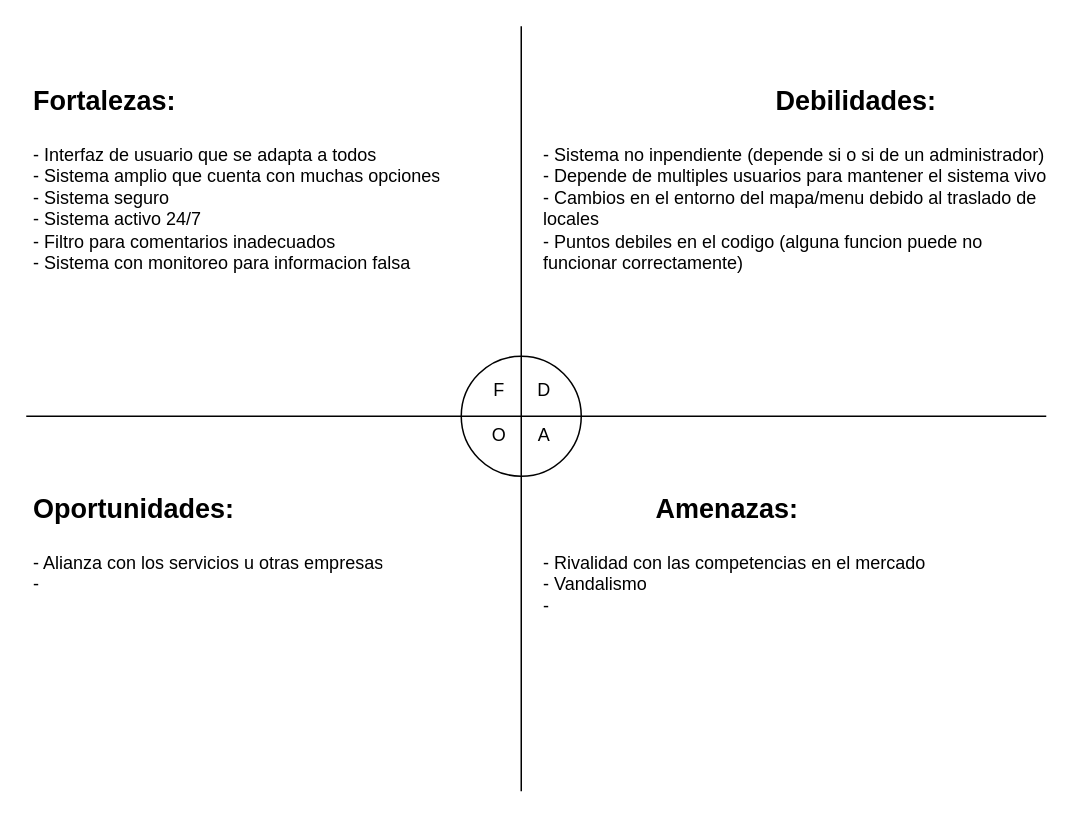
Practicas-Profesionalizantes/2026-6-2-Grupo_6--MaplySevices-- keeps this draw.io diagram as Diagrama FODA.drawio. Above is the earlier version. Source tidied: cells renumbered, new cells numbered last; positions are measured from the earlier drawing's top-left corner, leaving out a move shared by most shapes. Both pictures are drawn from the tidied source at 150%, with x=0, y=0 at pixel (26, 26).
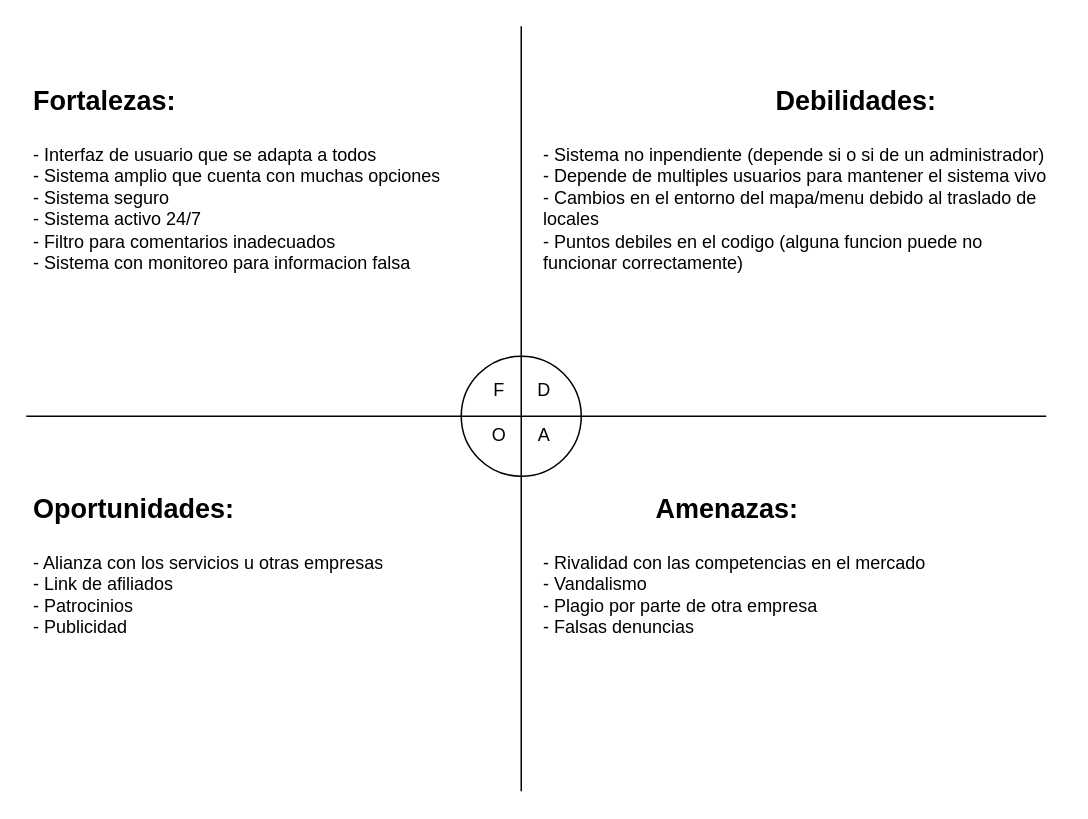
The same diagram, later.

Commit message:
Adjunto diagrama FODA

Cuarta version

Change to the diagram source:
```diff
@@
 <mxGraphModel>
   <root>
     <mxCell id="0" />
     <mxCell id="1" parent="0" />
     <mxCell id="2" style="ellipse;whiteSpace=wrap;html=1;" parent="1" vertex="1">
       <mxGeometry x="290" y="220" width="80" height="80" as="geometry" />
     </mxCell>
     <mxCell id="3" style="endArrow=none;html=1;rounded=0;" parent="1" edge="1">
       <mxGeometry relative="1" as="geometry">
         <mxPoint y="260" as="sourcePoint" />
         <mxPoint x="680" y="260" as="targetPoint" />
       </mxGeometry>
     </mxCell>
     <mxCell id="4" style="endArrow=none;html=1;rounded=0;" parent="1" edge="1">
       <mxGeometry relative="1" as="geometry">
         <mxPoint x="330" y="510" as="sourcePoint" />
         <mxPoint x="330" as="targetPoint" />
       </mxGeometry>
     </mxCell>
     <mxCell id="5" value="F" style="text;html=1;align=center;verticalAlign=middle;strokeColor=none;fillColor=none;" parent="1" vertex="1">
       <mxGeometry x="300" y="228" width="30" height="30" as="geometry" />
     </mxCell>
     <mxCell id="6" value="D" style="text;html=1;align=center;verticalAlign=middle;strokeColor=none;fillColor=none;" parent="1" vertex="1">
       <mxGeometry x="330" y="228" width="30" height="30" as="geometry" />
     </mxCell>
     <mxCell id="7" value="O" style="text;html=1;align=center;verticalAlign=middle;strokeColor=none;fillColor=none;" parent="1" vertex="1">
       <mxGeometry x="300" y="258" width="30" height="30" as="geometry" />
     </mxCell>
     <mxCell id="8" value="A" style="text;html=1;align=center;verticalAlign=middle;strokeColor=none;fillColor=none;" parent="1" vertex="1">
       <mxGeometry x="330" y="258" width="30" height="30" as="geometry" />
     </mxCell>
     <mxCell id="9" value="&lt;span style=&quot;font-size: 8px;&quot;&gt;&lt;br&gt;&lt;/span&gt;" style="text;html=1;align=center;verticalAlign=middle;strokeColor=none;fillColor=none;" parent="1" vertex="1">
       <mxGeometry x="150" y="148" width="20" height="30" as="geometry" />
     </mxCell>
     <mxCell id="10" value="&lt;h1&gt;&lt;font style=&quot;font-size: 18px;&quot;&gt;Fortalezas:&lt;/font&gt;&lt;/h1&gt;&lt;div&gt;- Interfaz de usuario que se adapta a todos&lt;/div&gt;&lt;div&gt;- Sistema amplio que cuenta con muchas opciones&lt;/div&gt;&lt;div&gt;- Sistema seguro&lt;/div&gt;&lt;div&gt;- Sistema activo 24/7&lt;/div&gt;&lt;div&gt;- Filtro para comentarios inadecuados&lt;/div&gt;&lt;div&gt;- Sistema con monitoreo para informacion falsa&lt;/div&gt;&lt;div&gt;&lt;br&gt;&lt;/div&gt;" style="text;html=1;strokeColor=none;fillColor=none;spacing=5;spacingTop=-20;whiteSpace=wrap;overflow=hidden;rounded=0;" parent="1" vertex="1">
       <mxGeometry y="28" width="320" height="192" as="geometry" />
     </mxCell>
     <mxCell id="11" value="&lt;h1&gt;&lt;span style=&quot;font-size: 18px;&quot;&gt;&amp;nbsp; &amp;nbsp; &amp;nbsp; &amp;nbsp; &amp;nbsp; &amp;nbsp; &amp;nbsp; &amp;nbsp; &amp;nbsp; &amp;nbsp; &amp;nbsp; &amp;nbsp; &amp;nbsp; &amp;nbsp; &amp;nbsp; &amp;nbsp;Debilidades:&lt;/span&gt;&lt;/h1&gt;&lt;div&gt;- Sistema no inpendiente (depende si o si de un administrador)&lt;/div&gt;&lt;div&gt;- Depende de multiples usuarios para mantener el sistema vivo&lt;/div&gt;&lt;div&gt;- Cambios en el entorno del mapa/menu debido al traslado de locales&lt;/div&gt;&lt;div&gt;- Puntos debiles en el codigo (alguna funcion puede no funcionar correctamente)&lt;/div&gt;&lt;div&gt;&lt;br&gt;&lt;/div&gt;" style="text;html=1;strokeColor=none;fillColor=none;spacing=5;spacingTop=-20;whiteSpace=wrap;overflow=hidden;rounded=0;" parent="1" vertex="1">
       <mxGeometry x="340" y="28" width="350" height="192" as="geometry" />
     </mxCell>
-    <mxCell id="12" value="&lt;h1&gt;&lt;span style=&quot;font-size: 18px;&quot;&gt;&amp;nbsp; &amp;nbsp; &amp;nbsp; &amp;nbsp; &amp;nbsp; &amp;nbsp; &amp;nbsp; &amp;nbsp;Amenazas:&lt;/span&gt;&lt;/h1&gt;&lt;div&gt;- Rivalidad con las competencias en el mercado&lt;/div&gt;&lt;div&gt;&lt;span style=&quot;background-color: initial;&quot;&gt;- Vandalismo&lt;/span&gt;&lt;/div&gt;&lt;div&gt;&lt;span style=&quot;background-color: initial;&quot;&gt;-&amp;nbsp;&lt;/span&gt;&lt;/div&gt;&lt;div&gt;&lt;span style=&quot;font-size: 18px;&quot;&gt;&lt;br&gt;&lt;/span&gt;&lt;/div&gt;" style="text;html=1;strokeColor=none;fillColor=none;spacing=5;spacingTop=-20;whiteSpace=wrap;overflow=hidden;rounded=0;" parent="1" vertex="1">
+    <mxCell id="12" value="&lt;h1&gt;&lt;span style=&quot;font-size: 18px;&quot;&gt;&amp;nbsp; &amp;nbsp; &amp;nbsp; &amp;nbsp; &amp;nbsp; &amp;nbsp; &amp;nbsp; &amp;nbsp;Amenazas:&lt;/span&gt;&lt;/h1&gt;&lt;div&gt;- Rivalidad con las competencias en el mercado&lt;/div&gt;&lt;div&gt;&lt;span style=&quot;background-color: initial;&quot;&gt;- Vandalismo&lt;/span&gt;&lt;/div&gt;&lt;div&gt;&lt;span style=&quot;background-color: initial;&quot;&gt;- Plagio por parte de otra empresa&lt;/span&gt;&lt;/div&gt;&lt;div&gt;&lt;span style=&quot;background-color: initial;&quot;&gt;- Falsas denuncias&lt;/span&gt;&lt;/div&gt;&lt;div&gt;&lt;span style=&quot;font-size: 18px;&quot;&gt;&lt;br&gt;&lt;/span&gt;&lt;/div&gt;" style="text;html=1;strokeColor=none;fillColor=none;spacing=5;spacingTop=-20;whiteSpace=wrap;overflow=hidden;rounded=0;" parent="1" vertex="1">
       <mxGeometry x="340" y="300" width="350" height="192" as="geometry" />
     </mxCell>
-    <mxCell id="13" value="&lt;h1&gt;&lt;font style=&quot;font-size: 18px;&quot;&gt;Oportunidades:&lt;/font&gt;&lt;/h1&gt;&lt;div&gt;&lt;span style=&quot;background-color: initial;&quot;&gt;- Alianza con los servicios u otras empresas&lt;/span&gt;&lt;/div&gt;&lt;div&gt;&lt;span style=&quot;background-color: initial;&quot;&gt;-&amp;nbsp;&lt;/span&gt;&lt;/div&gt;&lt;div&gt;&lt;br&gt;&lt;/div&gt;" style="text;html=1;strokeColor=none;fillColor=none;spacing=5;spacingTop=-20;whiteSpace=wrap;overflow=hidden;rounded=0;" parent="1" vertex="1">
+    <mxCell id="13" value="&lt;h1&gt;&lt;font style=&quot;font-size: 18px;&quot;&gt;Oportunidades:&lt;/font&gt;&lt;/h1&gt;&lt;div&gt;&lt;span style=&quot;background-color: initial;&quot;&gt;- Alianza con los servicios u otras empresas&lt;/span&gt;&lt;/div&gt;&lt;div&gt;&lt;span style=&quot;background-color: initial;&quot;&gt;- Link de afiliados&amp;nbsp;&lt;/span&gt;&lt;/div&gt;&lt;div&gt;&lt;span style=&quot;background-color: initial;&quot;&gt;- Patrocinios&lt;/span&gt;&lt;/div&gt;&lt;div&gt;&lt;span style=&quot;background-color: initial;&quot;&gt;- Publicidad&amp;nbsp;&lt;/span&gt;&lt;/div&gt;&lt;div&gt;&lt;br&gt;&lt;/div&gt;" style="text;html=1;strokeColor=none;fillColor=none;spacing=5;spacingTop=-20;whiteSpace=wrap;overflow=hidden;rounded=0;" parent="1" vertex="1">
       <mxGeometry y="300" width="320" height="192" as="geometry" />
     </mxCell>
   </root>
 </mxGraphModel>
```
